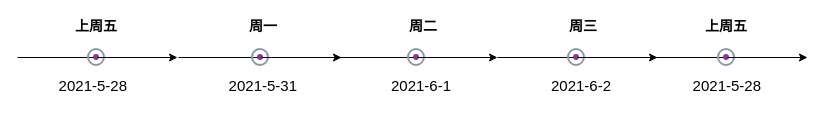
This is review/2021.5.31-Mon.drawio from ClaytonWang/stock-review, a draw.io file, before an edit. Source tidied: cells renumbered, new cells numbered last; positions are measured from the earlier drawing's top-left corner, leaving out a move shared by most shapes. Both pictures are drawn from the tidied source at 100%, with x=0, y=0 at pixel (17, 48).
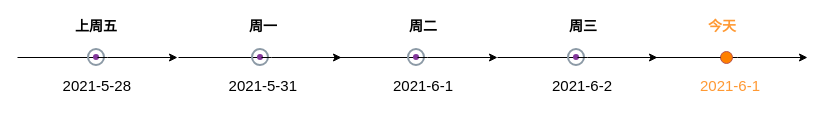
Above is the later version.

The change refers to these unchanged cells:
```xml
<mxCell id="13" style="endArrow=classic;html=1;startArrow=none;align=right;horizontal=1;verticalAlign=bottom;" parent="1" edge="1">
  <mxGeometry relative="1" as="geometry">
    <mxPoint x="410" y="9" as="sourcePoint" />
    <mxPoint x="480" y="9" as="targetPoint" />
  </mxGeometry>
</mxCell>
<mxCell id="19" style="endArrow=classic;html=1;startArrow=none;align=right;horizontal=1;verticalAlign=bottom;" parent="1" edge="1">
  <mxGeometry relative="1" as="geometry">
    <mxPoint x="570" y="9" as="sourcePoint" />
    <mxPoint x="640" y="9" as="targetPoint" />
  </mxGeometry>
</mxCell>
<mxCell id="25" style="endArrow=classic;html=1;startArrow=none;align=right;horizontal=1;verticalAlign=bottom;" parent="1" edge="1">
  <mxGeometry relative="1" as="geometry">
    <mxPoint x="720" y="9" as="sourcePoint" />
    <mxPoint x="790" y="9" as="targetPoint" />
  </mxGeometry>
</mxCell>
```

What changed in the source:
```diff
@@
     <mxCell id="14" value="2021-6-1" style="edgeLabel;html=1;align=right;verticalAlign=bottom;fontSize=15;horizontal=1;" parent="13" vertex="1">
       <mxGeometry x="1" relative="1" as="geometry">
-        <mxPoint x="-46" y="39" as="offset" />
+        <mxPoint x="-44" y="39" as="offset" />
       </mxGeometry>
     </mxCell>
@@
     <mxCell id="20" value="2021-6-2" style="edgeLabel;html=1;align=right;verticalAlign=bottom;fontSize=15;horizontal=1;" parent="19" vertex="1">
       <mxGeometry x="1" relative="1" as="geometry">
-        <mxPoint x="-46" y="39" as="offset" />
+        <mxPoint x="-45" y="39" as="offset" />
       </mxGeometry>
     </mxCell>
@@
-    <mxCell id="26" value="2021-5-28" style="edgeLabel;html=1;align=right;verticalAlign=bottom;fontSize=15;horizontal=1;" parent="25" vertex="1">
+    <mxCell id="26" value="2021-6-1" style="edgeLabel;html=1;align=right;verticalAlign=bottom;fontSize=15;horizontal=1;fontColor=#FF9933;" parent="25" vertex="1">
       <mxGeometry x="1" relative="1" as="geometry">
-        <mxPoint x="-46" y="39" as="offset" />
+        <mxPoint x="-47" y="39" as="offset" />
       </mxGeometry>
     </mxCell>
-    <mxCell id="27" style="endArrow=none;html=1;align=right;horizontal=1;verticalAlign=bottom;" parent="1" edge="1">
+    <mxCell id="27" style="endArrow=none;html=1;align=right;horizontal=1;verticalAlign=bottom;startArrow=none;" parent="1" edge="1" source="32">
       <mxGeometry relative="1" as="geometry">
-        <mxPoint x="630" y="9" as="sourcePoint" />
         <mxPoint x="710" y="9" as="targetPoint" />
       </mxGeometry>
     </mxCell>
-    <mxCell id="28" value="上周五" style="edgeLabel;html=1;align=right;verticalAlign=bottom;fontSize=14;fontStyle=1;horizontal=1;" parent="27" vertex="1">
-      <mxGeometry x="-1" relative="1" as="geometry">
-        <mxPoint x="100" y="-21" as="offset" />
-      </mxGeometry>
-    </mxCell>
-    <mxCell id="29" style="perimeter=ellipsePerimeter;html=1;align=right;fontSize=12;verticalAlign=bottom;fontColor=#364149;shadow=0;dashed=0;image;image=img/lib/cumulus/netq_agent.svg;horizontal=1;" parent="1" vertex="1">
-      <mxGeometry x="700" width="18" height="18" as="geometry" />
-    </mxCell>
@@
     <mxCell id="31" value="2021-5-28" style="edgeLabel;html=1;align=right;verticalAlign=bottom;fontSize=15;horizontal=1;" parent="1" vertex="1">
-      <mxGeometry x="110" y="48" as="geometry" />
+      <mxGeometry x="114" y="48" as="geometry" />
     </mxCell>
+    <mxCell id="32" style="ellipse;whiteSpace=wrap;html=1;rounded=0;shadow=0;glass=0;labelBackgroundColor=#FF8000;sketch=0;fontSize=14;align=right;verticalAlign=bottom;strokeColor=#b85450;fillColor=#FF8000;" parent="1" vertex="1">
+      <mxGeometry x="703" y="3" width="12" height="12" as="geometry" />
+    </mxCell>
+    <mxCell id="33" style="endArrow=none;html=1;align=right;horizontal=1;verticalAlign=bottom;" parent="1" edge="1" target="32">
+      <mxGeometry relative="1" as="geometry">
+        <mxPoint x="630" y="9" as="sourcePoint" />
+      </mxGeometry>
+    </mxCell>
+    <mxCell id="34" value="今天" style="edgeLabel;html=1;align=right;verticalAlign=bottom;fontSize=14;fontStyle=1;horizontal=1;fontColor=#FF9933;" parent="33" vertex="1">
+      <mxGeometry x="-1" relative="1" as="geometry">
+        <mxPoint x="89" y="-21" as="offset" />
+      </mxGeometry>
+    </mxCell>
```
